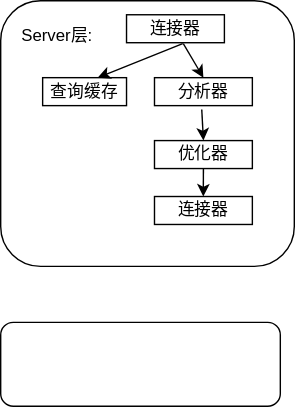
The draw.io diagram mysql.svg in vaniot-s/picture, before a commit. Source tidied: cells renumbered, new cells last; positions are measured from the earlier drawing's top-left corner, leaving out a move shared by most shapes.
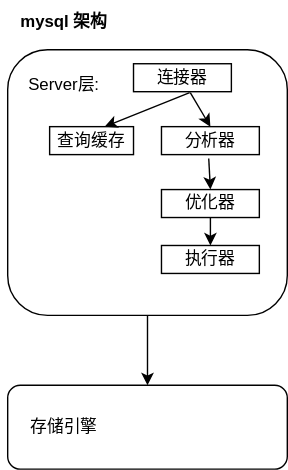
After the commit.

Change to the diagram source:
```diff
@@ -3,7 +3,7 @@
     <mxCell id="0" />
     <mxCell id="1" parent="0" />
     <mxCell id="2" style="rounded=1;whiteSpace=wrap;html=1;" parent="1" vertex="1">
-      <mxGeometry width="210" height="190" as="geometry" />
+      <mxGeometry width="200" height="190" as="geometry" />
     </mxCell>
     <mxCell id="3" value="连接器" style="rounded=0;whiteSpace=wrap;html=1;" parent="1" vertex="1">
       <mxGeometry x="90" y="10" width="70" height="20" as="geometry" />
@@ -20,7 +20,7 @@
     <mxCell id="7" value="优化器" style="rounded=0;whiteSpace=wrap;html=1;" parent="1" vertex="1">
       <mxGeometry x="110" y="100" width="70" height="20" as="geometry" />
     </mxCell>
-    <mxCell id="8" value="连接器" style="rounded=0;whiteSpace=wrap;html=1;" parent="1" vertex="1">
+    <mxCell id="8" value="执行器" style="rounded=0;whiteSpace=wrap;html=1;" parent="1" vertex="1">
       <mxGeometry x="110" y="140" width="70" height="20" as="geometry" />
     </mxCell>
     <mxCell id="9" style="endArrow=classic;html=1;rounded=0;exitX=0.574;exitY=1.03;exitDx=0;exitDy=0;exitPerimeter=0;entryX=0.657;entryY=0;entryDx=0;entryDy=0;entryPerimeter=0;" parent="1" edge="1" source="3" target="5">
@@ -32,11 +32,20 @@
     <mxCell id="11" style="endArrow=classic;html=1;rounded=0;exitX=0.483;exitY=1.14;exitDx=0;exitDy=0;exitPerimeter=0;entryX=0.5;entryY=0;entryDx=0;entryDy=0;" parent="1" edge="1" source="6" target="7">
       <mxGeometry relative="1" as="geometry" />
     </mxCell>
-    <mxCell id="12" style="endArrow=classic;html=1;rounded=0;exitX=0.5;exitY=1;exitDx=0;exitDy=0;entryX=0.69;entryY=0.737;entryDx=0;entryDy=0;entryPerimeter=0;" parent="1" edge="1" source="7" target="2">
+    <mxCell id="12" style="endArrow=classic;html=1;rounded=0;exitX=0.5;exitY=1;exitDx=0;exitDy=0;entryX=0.5;entryY=0;entryDx=0;entryDy=0;" parent="1" edge="1" source="7" target="8">
       <mxGeometry relative="1" as="geometry" />
     </mxCell>
     <mxCell id="13" style="rounded=1;whiteSpace=wrap;html=1;" parent="1" vertex="1">
-      <mxGeometry y="230" width="200" height="60" as="geometry" />
+      <mxGeometry y="240" width="200" height="60" as="geometry" />
     </mxCell>
+    <mxCell id="14" style="endArrow=classic;html=1;rounded=0;exitX=0.5;exitY=1;exitDx=0;exitDy=0;entryX=0.5;entryY=0;entryDx=0;entryDy=0;" parent="1" edge="1" source="2" target="13">
+      <mxGeometry relative="1" as="geometry" />
+    </mxCell>
+    <mxCell id="15" value="存储引擎" style="text;html=1;align=center;verticalAlign=middle;fillColor=none;strokeColor=none;rounded=0;" parent="1" vertex="1">
+      <mxGeometry x="5" y="255" width="70" height="30" as="geometry" />
+    </mxCell>
+    <mxCell id="16" value="&lt;b&gt;mysql 架构&lt;/b&gt;" style="text;html=1;align=center;verticalAlign=middle;fillColor=none;strokeColor=none;rounded=0;" parent="1" vertex="1">
+      <mxGeometry x="-5" y="-35" width="90" height="30" as="geometry" />
+    </mxCell>
   </root>
 </mxGraphModel>
```
